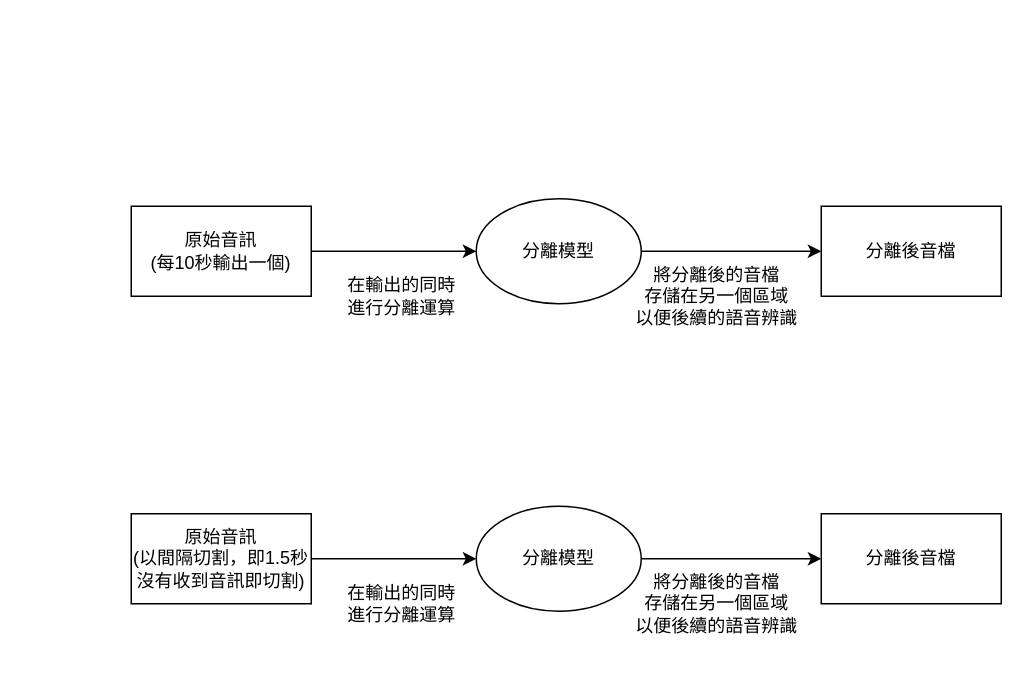
This is record.drawio from MISCapstoneProject/Speaker-Separation, a draw.io file, before an edit. Source tidied: cells renumbered, new cells numbered last; positions are measured from the earlier drawing's top-left corner, leaving out a move shared by most shapes. Both pictures are drawn from the tidied source at 150%, with x=0, y=0 at pixel (130, 198).
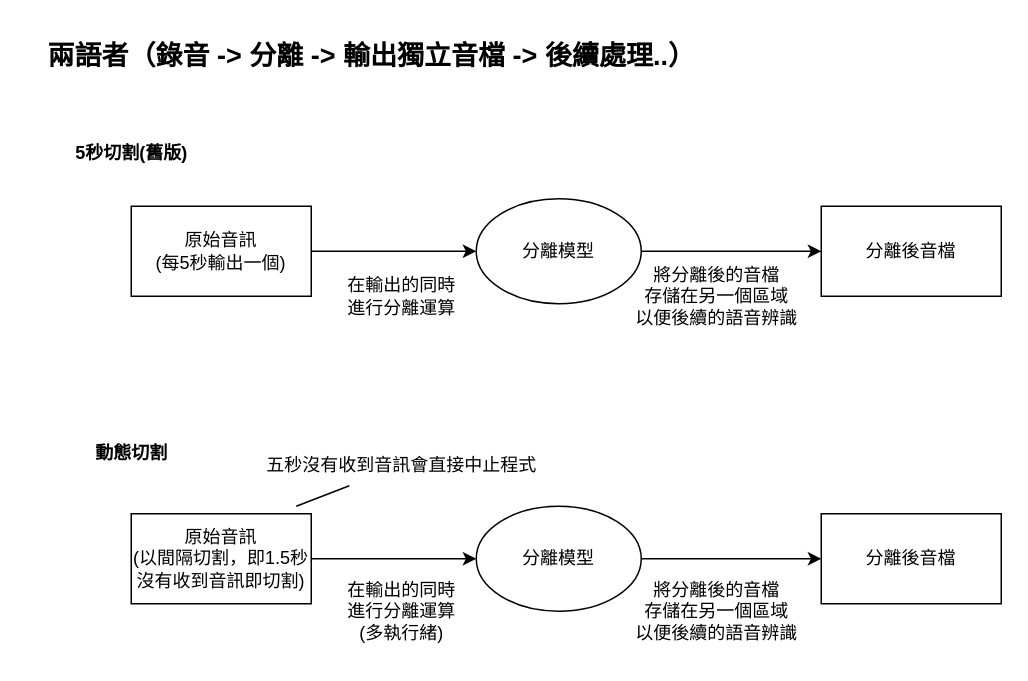
The same diagram, later.

Change to the diagram source:
```diff
@@
-    <mxCell id="3" value="原始音訊&lt;div&gt;(每10秒輸出一個)&lt;/div&gt;" style="rounded=0;whiteSpace=wrap;html=1;" parent="1" vertex="1">
+    <mxCell id="3" value="原始音訊&lt;div&gt;(每5秒輸出一個)&lt;/div&gt;" style="rounded=0;whiteSpace=wrap;html=1;" parent="1" vertex="1">
       <mxGeometry y="5" width="120" height="60" as="geometry" />
     </mxCell>
@@
-    <mxCell id="14" value="在輸出的同時&lt;div&gt;進行分離運算&lt;/div&gt;" style="text;html=1;align=center;verticalAlign=middle;strokeColor=none;fillColor=none;" parent="1" vertex="1">
-      <mxGeometry x="130" y="250" width="100" height="40" as="geometry" />
+    <mxCell id="14" value="在輸出的同時&lt;div&gt;進行分離運算&lt;/div&gt;&lt;div&gt;(多執行緒)&lt;/div&gt;" style="text;html=1;align=center;verticalAlign=middle;strokeColor=none;fillColor=none;" parent="1" vertex="1">
+      <mxGeometry x="130" y="245" width="100" height="60" as="geometry" />
     </mxCell>
     <mxCell id="15" value="將分離後的音檔&lt;div&gt;存儲在另一個區域&lt;/div&gt;&lt;div&gt;以便後續的語音辨識&lt;/div&gt;" style="text;html=1;align=center;verticalAlign=middle;strokeColor=none;fillColor=none;" parent="1" vertex="1">
-      <mxGeometry x="325" y="240" width="130" height="60" as="geometry" />
+      <mxGeometry x="325" y="245" width="130" height="60" as="geometry" />
     </mxCell>
+    <mxCell id="16" value="&lt;b&gt;動態切割&lt;/b&gt;" style="text;html=1;align=center;verticalAlign=middle;strokeColor=none;fillColor=none;" parent="1" vertex="1">
+      <mxGeometry x="-35" y="155" width="70" height="30" as="geometry" />
+    </mxCell>
+    <mxCell id="17" value="&lt;b&gt;5秒切割(舊版)&lt;/b&gt;" style="text;html=1;align=center;verticalAlign=middle;strokeColor=none;fillColor=none;" parent="1" vertex="1">
+      <mxGeometry x="-50" y="-45" width="100" height="30" as="geometry" />
+    </mxCell>
+    <mxCell id="18" value="五秒沒有收到音訊會直接中止程式" style="text;html=1;align=center;verticalAlign=middle;points=[];strokeColor=none;fillColor=none;" parent="1" vertex="1">
+      <mxGeometry x="80" y="163" width="200" height="30" as="geometry" />
+    </mxCell>
+    <mxCell id="19" style="endArrow=none;html=1;rounded=0;entryX=0.327;entryY=0.945;entryDx=0;entryDy=0;entryPerimeter=0;" parent="1" edge="1" target="18">
+      <mxGeometry relative="1" as="geometry">
+        <mxPoint x="110" y="205" as="sourcePoint" />
+      </mxGeometry>
+    </mxCell>
+    <mxCell id="20" value="&lt;b&gt;&lt;font style=&quot;font-size: 18px;&quot;&gt;兩語者（錄音 -&amp;gt; 分離 -&amp;gt; 輸出獨立音檔 -&amp;gt; 後續處理..）&lt;/font&gt;&lt;/b&gt;" style="text;html=1;align=center;verticalAlign=middle;strokeColor=none;fillColor=none;" parent="1" vertex="1">
+      <mxGeometry x="-70" y="-115" width="460" height="40" as="geometry" />
+    </mxCell>
```
